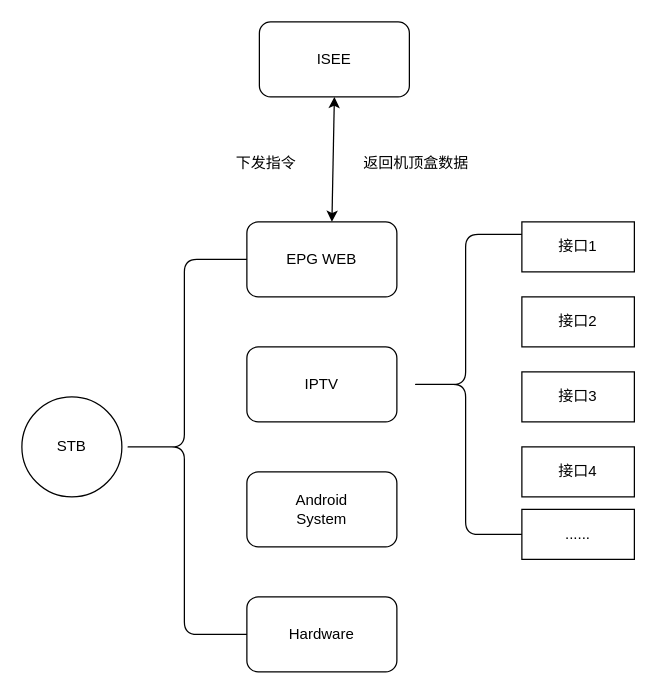
This is 概要设计.drawio from lanjiabin/diagrams, a draw.io file, before an edit. Source tidied: cells renumbered, new cells numbered last; positions are measured from the earlier drawing's top-left corner, leaving out a move shared by most shapes. Both pictures are drawn from the tidied source at 125%, with x=0, y=0 at pixel (21, 21).
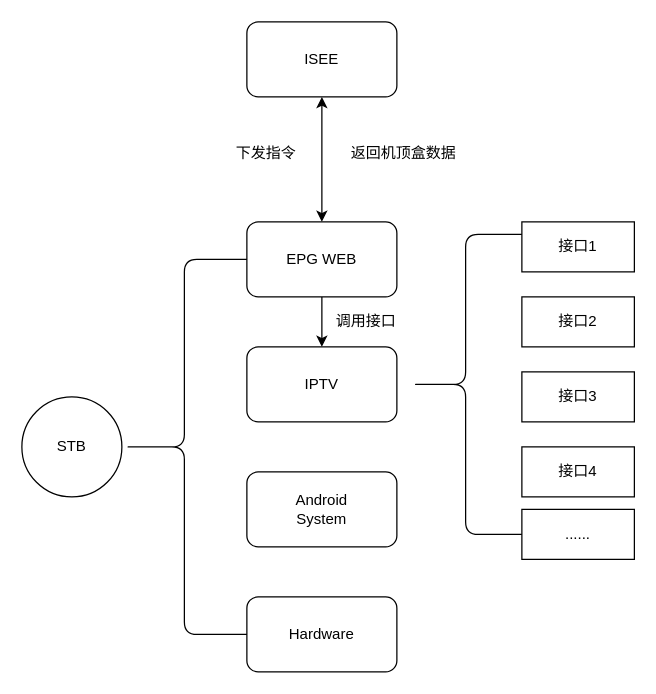
Above is the later version.

Commit message:
更新概要设计.drawio

Diff of the diagram source:
```diff
@@
 <mxGraphModel>
   <root>
     <mxCell id="0" />
     <mxCell id="1" parent="0" />
     <mxCell id="2" value="STB" style="ellipse;whiteSpace=wrap;html=1;" parent="1" vertex="1">
       <mxGeometry y="300" width="80" height="80" as="geometry" />
     </mxCell>
+    <mxCell id="18" style="edgeStyle=orthogonalEdgeStyle;rounded=0;jettySize=auto;html=1;exitX=0.5;exitY=1;exitDx=0;exitDy=0;entryX=0.5;entryY=0;entryDx=0;entryDy=0;" parent="1" edge="1" source="3" target="4">
+      <mxGeometry relative="1" as="geometry" />
+    </mxCell>
     <mxCell id="3" value="EPG WEB" style="rounded=1;whiteSpace=wrap;html=1;" parent="1" vertex="1">
       <mxGeometry x="180" y="160" width="120" height="60" as="geometry" />
     </mxCell>
     <mxCell id="4" value="IPTV" style="rounded=1;whiteSpace=wrap;html=1;" parent="1" vertex="1">
       <mxGeometry x="180" y="260" width="120" height="60" as="geometry" />
     </mxCell>
     <mxCell id="5" value="Android&lt;br&gt;System" style="rounded=1;whiteSpace=wrap;html=1;" parent="1" vertex="1">
       <mxGeometry x="180" y="360" width="120" height="60" as="geometry" />
     </mxCell>
     <mxCell id="6" value="Hardware" style="rounded=1;whiteSpace=wrap;html=1;" parent="1" vertex="1">
       <mxGeometry x="180" y="460" width="120" height="60" as="geometry" />
     </mxCell>
     <mxCell id="7" value="接口2" style="rounded=0;whiteSpace=wrap;html=1;" parent="1" vertex="1">
       <mxGeometry x="400" y="220" width="90" height="40" as="geometry" />
     </mxCell>
     <mxCell id="8" value="接口1" style="rounded=0;whiteSpace=wrap;html=1;" parent="1" vertex="1">
       <mxGeometry x="400" y="160" width="90" height="40" as="geometry" />
     </mxCell>
     <mxCell id="9" value="接口4" style="rounded=0;whiteSpace=wrap;html=1;" parent="1" vertex="1">
       <mxGeometry x="400" y="340" width="90" height="40" as="geometry" />
     </mxCell>
     <mxCell id="10" value="接口3" style="rounded=0;whiteSpace=wrap;html=1;" parent="1" vertex="1">
       <mxGeometry x="400" y="280" width="90" height="40" as="geometry" />
     </mxCell>
     <mxCell id="11" value="......" style="rounded=0;whiteSpace=wrap;html=1;" parent="1" vertex="1">
       <mxGeometry x="400" y="390" width="90" height="40" as="geometry" />
     </mxCell>
     <mxCell id="12" style="shape=curlyBracket;whiteSpace=wrap;html=1;rounded=1;labelPosition=left;verticalLabelPosition=middle;align=right;verticalAlign=middle;" parent="1" vertex="1">
       <mxGeometry x="310" y="170" width="90" height="240" as="geometry" />
     </mxCell>
     <mxCell id="13" style="shape=curlyBracket;whiteSpace=wrap;html=1;rounded=1;labelPosition=left;verticalLabelPosition=middle;align=right;verticalAlign=middle;" parent="1" vertex="1">
       <mxGeometry x="80" y="190" width="100" height="300" as="geometry" />
     </mxCell>
     <mxCell id="14" value="ISEE" style="rounded=1;whiteSpace=wrap;html=1;" parent="1" vertex="1">
-      <mxGeometry x="190" width="120" height="60" as="geometry" />
+      <mxGeometry x="180" width="120" height="60" as="geometry" />
     </mxCell>
     <mxCell id="15" value="返回机顶盒数据" style="text;html=1;align=center;verticalAlign=middle;strokeColor=none;fillColor=none;" parent="1" vertex="1">
-      <mxGeometry x="260" y="98" width="110" height="30" as="geometry" />
+      <mxGeometry x="250" y="90" width="110" height="30" as="geometry" />
     </mxCell>
-    <mxCell id="16" style="endArrow=classic;startArrow=classic;html=1;rounded=0;exitX=0.567;exitY=0;exitDx=0;exitDy=0;exitPerimeter=0;" parent="1" edge="1" source="3">
-      <mxGeometry relative="1" as="geometry">
-        <mxPoint x="250" y="60" as="targetPoint" />
-      </mxGeometry>
+    <mxCell id="16" style="endArrow=classic;startArrow=classic;html=1;rounded=0;entryX=0.5;entryY=1;entryDx=0;entryDy=0;exitX=0.5;exitY=0;exitDx=0;exitDy=0;" parent="1" edge="1" source="3" target="14">
+      <mxGeometry relative="1" as="geometry" />
     </mxCell>
     <mxCell id="17" value="下发指令" style="text;html=1;align=center;verticalAlign=middle;strokeColor=none;fillColor=none;" parent="1" vertex="1">
-      <mxGeometry x="160" y="98" width="70" height="30" as="geometry" />
+      <mxGeometry x="160" y="90" width="70" height="30" as="geometry" />
     </mxCell>
+    <mxCell id="19" value="调用接口" style="text;html=1;align=center;verticalAlign=middle;strokeColor=none;fillColor=none;" parent="1" vertex="1">
+      <mxGeometry x="240" y="225" width="70" height="30" as="geometry" />
+    </mxCell>
   </root>
 </mxGraphModel>
```
